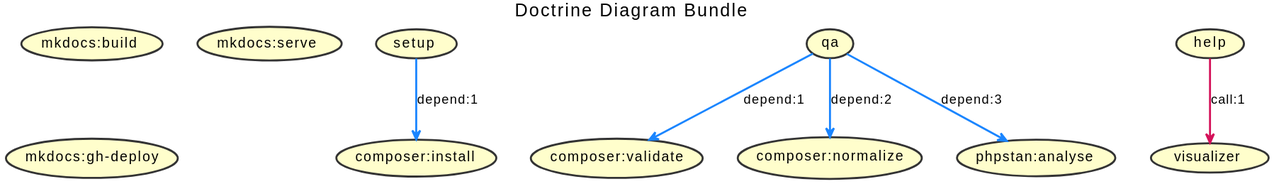
The PlantUML diagram docs/build.svg in jawira/doctrine-diagram-bundle, before a commit.
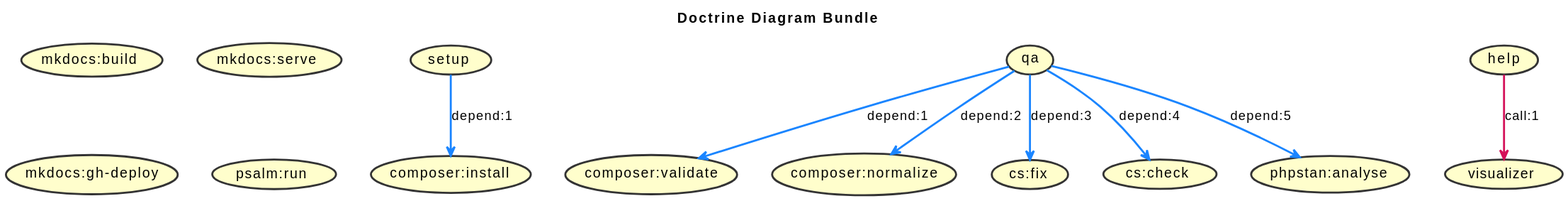
Later version of the same file.

What changed in the source:
```diff
@@ -17,7 +17,9 @@
 (setup) -[#1A85FF]-> (composer:install) : depend:1
 (qa) -[#1A85FF]-> (composer:validate) : depend:1
 (qa) -[#1A85FF]-> (composer:normalize) : depend:2
-(qa) -[#1A85FF]-> (phpstan:analyse) : depend:3
+(qa) -[#1A85FF]-> (cs:fix) : depend:3
+(qa) -[#1A85FF]-> (cs:check) : depend:4
+(qa) -[#1A85FF]-> (phpstan:analyse) : depend:5
 (help) -[#D41159]-> (visualizer) : call:1
 (setup)
 (qa)
@@ -30,4 +32,7 @@
 (mkdocs:build)
 (mkdocs:serve)
 (mkdocs:gh-deploy)
+(psalm:run)
+(cs:fix)
+(cs:check)
 @enduml
```
